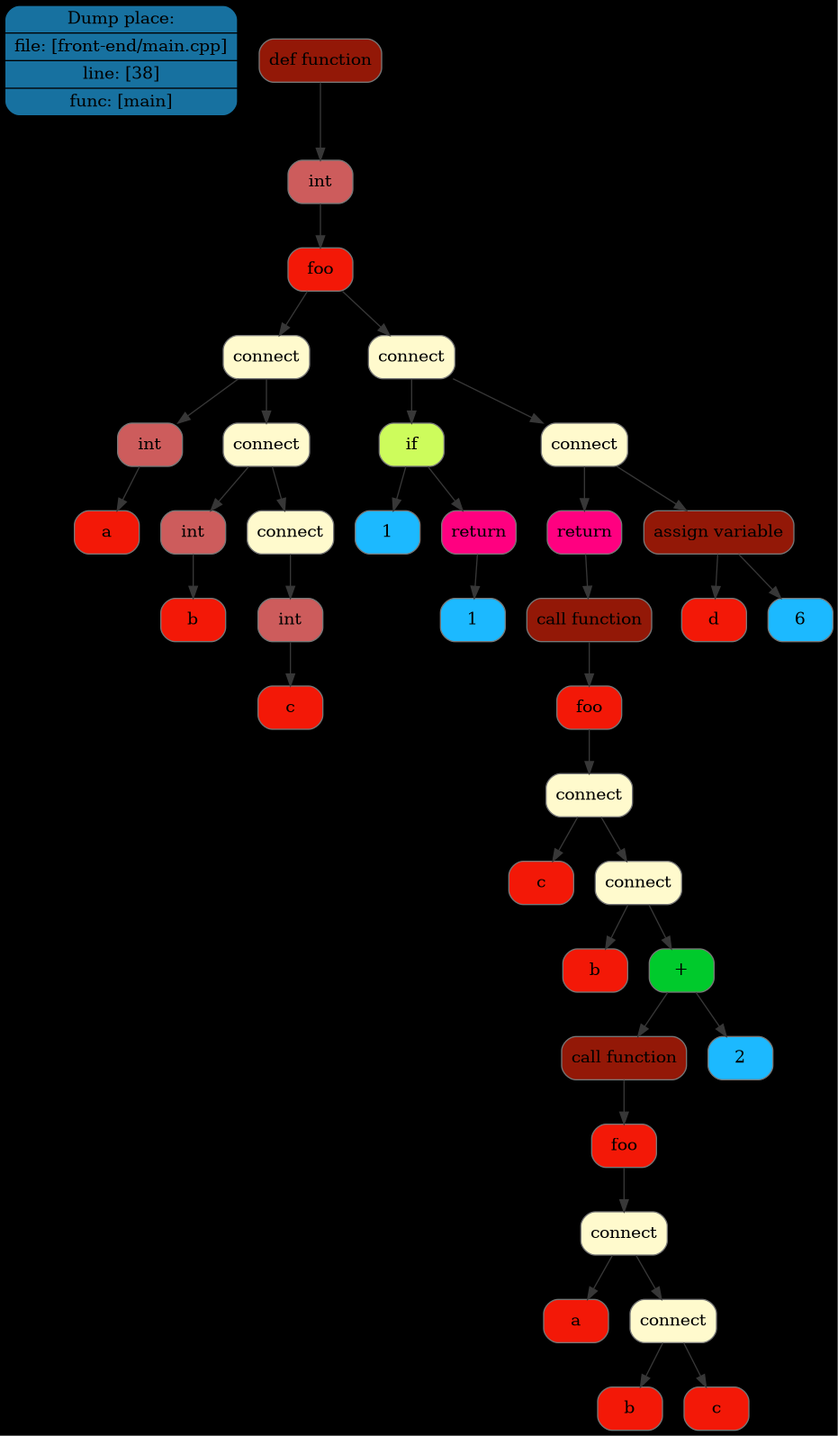
Above: dot/tree/img/tree1.png in Maksim-Sebelev/Language (Graphviz), before the change. Its source is kept beside it as dot/tree/dot/tree1.dot.
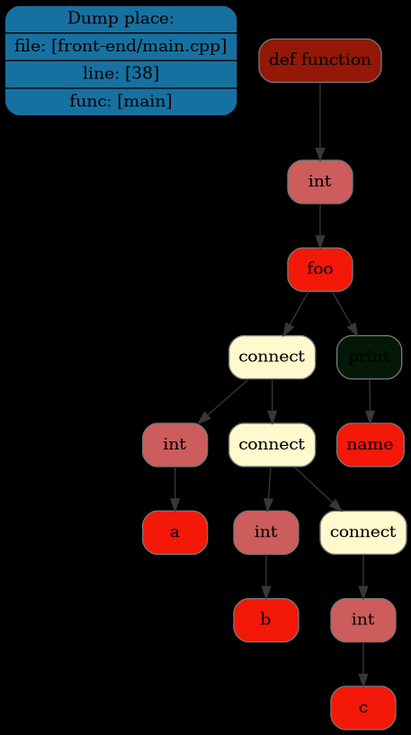
After the commit.

Diff of the diagram source:
```diff
@@ -2,7 +2,7 @@
 rankdir=TB
 graph [bgcolor="#000000"];
 place[shape=Mrecord, style=filled, fillcolor="#1771a0", pos="0,1!",label = " { Dump place: | file: [front-end/main.cpp] | line: [38] | func: [main] } "color = "#000000"];
-node0x507000001050[shape=Mrecord, style=filled, fillcolor="#931807"label = "def function", color = "#777777"];
+node0x507000000640[shape=Mrecord, style=filled, fillcolor="#931807"label = "def function", color = "#777777"];
 node0x507000000090[shape=Mrecord, style=filled, fillcolor="#CD5C5C"label = "int", color = "#777777"];
 node0x507000000100[shape=Mrecord, style=filled, fillcolor="#f31807"label = "foo", color = "#777777"];
 node0x507000000250[shape=Mrecord, style=filled, fillcolor="#FFFACD"label = "connect", color = "#777777"];
@@ -14,33 +14,10 @@
 node0x5070000004f0[shape=Mrecord, style=filled, fillcolor="#FFFACD"label = "connect", color = "#777777"];
 node0x507000000410[shape=Mrecord, style=filled, fillcolor="#CD5C5C"label = "int", color = "#777777"];
 node0x507000000480[shape=Mrecord, style=filled, fillcolor="#f31807"label = "c", color = "#777777"];
-node0x507000000fe0[shape=Mrecord, style=filled, fillcolor="#FFFACD"label = "connect", color = "#777777"];
-node0x5070000006b0[shape=Mrecord, style=filled, fillcolor="#CDFC5C"label = "if", color = "#777777"];
-node0x507000000560[shape=Mrecord, style=filled, fillcolor="#1cb9ff"label = "1", color = "#777777"];
-node0x507000000640[shape=Mrecord, style=filled, fillcolor="#FF0080"label = "return", color = "#777777"];
-node0x5070000005d0[shape=Mrecord, style=filled, fillcolor="#1cb9ff"label = "1", color = "#777777"];
-node0x507000000f70[shape=Mrecord, style=filled, fillcolor="#FFFACD"label = "connect", color = "#777777"];
-node0x507000000db0[shape=Mrecord, style=filled, fillcolor="#FF0080"label = "return", color = "#777777"];
-node0x507000000d40[shape=Mrecord, style=filled, fillcolor="#931807"label = "call function", color = "#777777"];
-node0x507000000720[shape=Mrecord, style=filled, fillcolor="#f31807"label = "foo", color = "#777777"];
-node0x507000000cd0[shape=Mrecord, style=filled, fillcolor="#FFFACD"label = "connect", color = "#777777"];
-node0x507000000790[shape=Mrecord, style=filled, fillcolor="#f31807"label = "c", color = "#777777"];
-node0x507000000c60[shape=Mrecord, style=filled, fillcolor="#FFFACD"label = "connect", color = "#777777"];
-node0x507000000800[shape=Mrecord, style=filled, fillcolor="#f31807"label = "b", color = "#777777"];
-node0x507000000bf0[shape=Mrecord, style=filled, fillcolor="#00ca2c"label = "\+", color = "#777777"];
-node0x507000000b10[shape=Mrecord, style=filled, fillcolor="#931807"label = "call function", color = "#777777"];
-node0x507000000870[shape=Mrecord, style=filled, fillcolor="#f31807"label = "foo", color = "#777777"];
-node0x507000000aa0[shape=Mrecord, style=filled, fillcolor="#FFFACD"label = "connect", color = "#777777"];
-node0x5070000008e0[shape=Mrecord, style=filled, fillcolor="#f31807"label = "a", color = "#777777"];
-node0x507000000a30[shape=Mrecord, style=filled, fillcolor="#FFFACD"label = "connect", color = "#777777"];
-node0x507000000950[shape=Mrecord, style=filled, fillcolor="#f31807"label = "b", color = "#777777"];
-node0x5070000009c0[shape=Mrecord, style=filled, fillcolor="#f31807"label = "c", color = "#777777"];
-node0x507000000b80[shape=Mrecord, style=filled, fillcolor="#1cb9ff"label = "2", color = "#777777"];
-node0x507000000f00[shape=Mrecord, style=filled, fillcolor="#931807"label = "assign variable", color = "#777777"];
-node0x507000000e20[shape=Mrecord, style=filled, fillcolor="#f31807"label = "d", color = "#777777"];
-node0x507000000e90[shape=Mrecord, style=filled, fillcolor="#1cb9ff"label = "6", color = "#777777"];
+node0x5070000005d0[shape=Mrecord, style=filled, fillcolor="#031807"label = "print", color = "#777777"];
+node0x507000000560[shape=Mrecord, style=filled, fillcolor="#f31807"label = "name", color = "#777777"];
 edge[color="#373737"];
-node0x507000001050->node0x507000000090;
+node0x507000000640->node0x507000000090;
 node0x507000000090->node0x507000000100;
 node0x507000000100->node0x507000000250;
 node0x507000000250->node0x507000000170;
@@ -51,29 +28,6 @@
 node0x5070000003a0->node0x5070000004f0;
 node0x5070000004f0->node0x507000000410;
 node0x507000000410->node0x507000000480;
-node0x507000000100->node0x507000000fe0;
-node0x507000000fe0->node0x5070000006b0;
-node0x5070000006b0->node0x507000000560;
-node0x5070000006b0->node0x507000000640;
-node0x507000000640->node0x5070000005d0;
-node0x507000000fe0->node0x507000000f70;
-node0x507000000f70->node0x507000000db0;
-node0x507000000db0->node0x507000000d40;
-node0x507000000d40->node0x507000000720;
-node0x507000000720->node0x507000000cd0;
-node0x507000000cd0->node0x507000000790;
-node0x507000000cd0->node0x507000000c60;
-node0x507000000c60->node0x507000000800;
-node0x507000000c60->node0x507000000bf0;
-node0x507000000bf0->node0x507000000b10;
-node0x507000000b10->node0x507000000870;
-node0x507000000870->node0x507000000aa0;
-node0x507000000aa0->node0x5070000008e0;
-node0x507000000aa0->node0x507000000a30;
-node0x507000000a30->node0x507000000950;
-node0x507000000a30->node0x5070000009c0;
-node0x507000000bf0->node0x507000000b80;
-node0x507000000f70->node0x507000000f00;
-node0x507000000f00->node0x507000000e20;
-node0x507000000f00->node0x507000000e90;
+node0x507000000100->node0x5070000005d0;
+node0x5070000005d0->node0x507000000560;
 }
```
